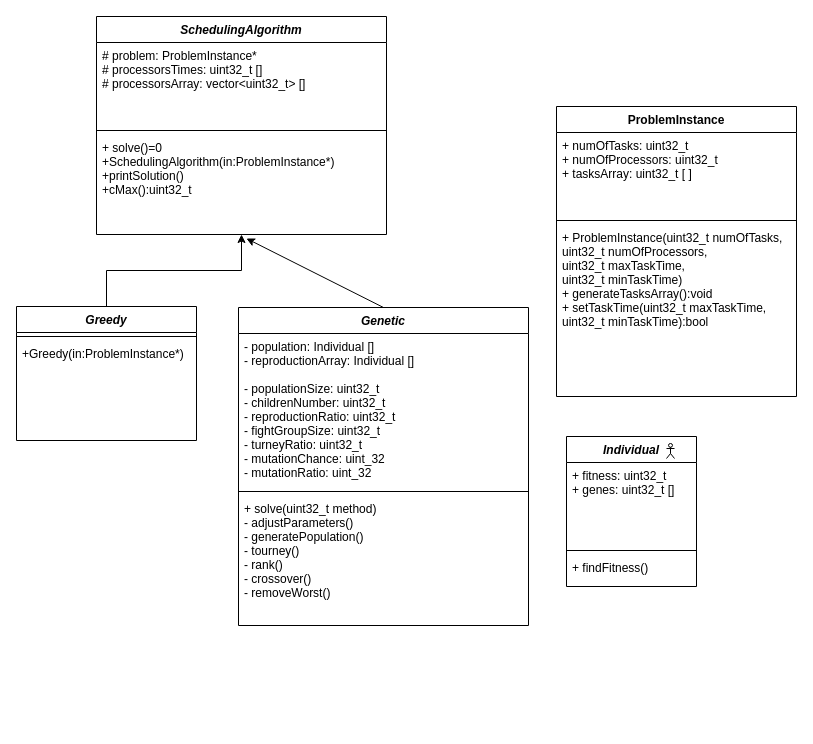
This is ClassDiagram.drawio from linek150/TasksSchedulingMetaheurystic, a draw.io file, before an edit. Source tidied: cells renumbered, new cells numbered last; positions are measured from the earlier drawing's top-left corner, leaving out a move shared by most shapes. Both pictures are drawn from the tidied source at 100%, with x=0, y=0 at pixel (16, 16).
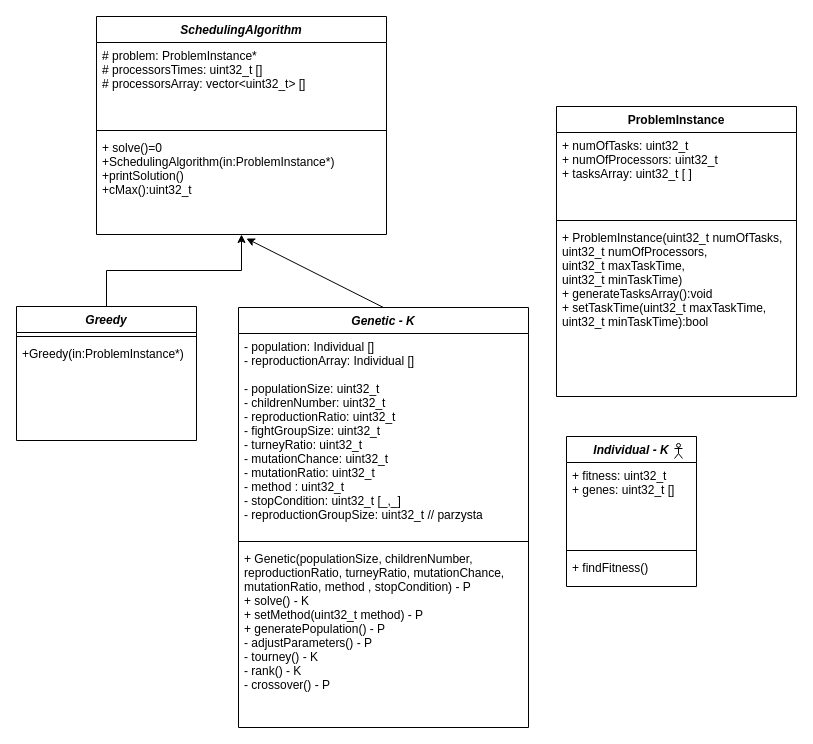
After the change.

What changed in the source:
```diff
@@
-    <mxCell id="14" value="Genetic" style="swimlane;fontStyle=3;align=center;verticalAlign=top;horizontal=1;startSize=26;" parent="1" vertex="1">
-      <mxGeometry x="222" y="291" width="290" height="318" as="geometry" />
+    <mxCell id="14" value="Genetic - K" style="swimlane;fontStyle=3;align=center;verticalAlign=top;horizontal=1;startSize=26;" parent="1" vertex="1">
+      <mxGeometry x="222" y="291" width="290" height="420" as="geometry" />
     </mxCell>
-    <mxCell id="15" value="- population: Individual []&#10;- reproductionArray: Individual []&#10;&#10;- populationSize: uint32_t&#10;- childrenNumber: uint32_t&#10;- reproductionRatio: uint32_t&#10;- fightGroupSize: uint32_t&#10;- turneyRatio: uint32_t&#10;- mutationChance: uint_32&#10;- mutationRatio: uint_32" style="text;strokeColor=none;fillColor=none;align=left;verticalAlign=top;spacingLeft=4;spacingRight=4;overflow=hidden;" parent="14" vertex="1">
-      <mxGeometry y="26" width="290" height="154" as="geometry" />
+    <mxCell id="15" value="- population: Individual []&#10;- reproductionArray: Individual [] &#10;&#10;- populationSize: uint32_t&#10;- childrenNumber: uint32_t&#10;- reproductionRatio: uint32_t&#10;- fightGroupSize: uint32_t        &#10;- turneyRatio: uint32_t&#10;- mutationChance: uint32_t&#10;- mutationRatio: uint32_t&#10;- method : uint32_t&#10;- stopCondition: uint32_t [_,_]&#10;- reproductionGroupSize: uint32_t // parzysta" style="text;strokeColor=none;fillColor=none;align=left;verticalAlign=top;spacingLeft=4;spacingRight=4;overflow=hidden;" parent="14" vertex="1">
+      <mxGeometry y="26" width="290" height="204" as="geometry" />
     </mxCell>
     <mxCell id="16" style="line;strokeWidth=1;fillColor=none;align=left;verticalAlign=middle;spacingTop=-1;spacingLeft=3;spacingRight=3;labelPosition=right;" parent="14" vertex="1">
-      <mxGeometry y="180" width="290" height="8" as="geometry" />
+      <mxGeometry y="230" width="290" height="8" as="geometry" />
     </mxCell>
-    <mxCell id="17" value="+ solve(uint32_t method)&#10;- adjustParameters()&#10;- generatePopulation()&#10;- tourney()&#10;- rank()&#10;- crossover()&#10;- removeWorst()" style="text;strokeColor=none;fillColor=none;align=left;verticalAlign=top;spacingLeft=4;spacingRight=4;overflow=hidden;fontStyle=0;" parent="14" vertex="1">
-      <mxGeometry y="188" width="290" height="130" as="geometry" />
+    <mxCell id="17" value="+ Genetic(populationSize, childrenNumber,&#10;reproductionRatio, turneyRatio, mutationChance,&#10;mutationRatio, method , stopCondition) - P&#10;+ solve() - K &#10;+ setMethod(uint32_t method) - P&#10;+ generatePopulation() - P&#10;- adjustParameters() - P&#10;- tourney() - K&#10;- rank() - K&#10;- crossover() - P" style="text;strokeColor=none;fillColor=none;align=left;verticalAlign=top;spacingLeft=4;spacingRight=4;overflow=hidden;fontStyle=0;" parent="14" vertex="1">
+      <mxGeometry y="238" width="290" height="182" as="geometry" />
     </mxCell>
@@
-    <mxCell id="19" value="Individual" style="swimlane;fontStyle=3;align=center;verticalAlign=top;horizontal=1;startSize=26;" parent="1" vertex="1">
+    <mxCell id="19" value="Individual - K" style="swimlane;fontStyle=3;align=center;verticalAlign=top;horizontal=1;startSize=26;" parent="1" vertex="1">
       <mxGeometry x="550" y="420" width="130" height="150" as="geometry" />
     </mxCell>
@@
     <mxCell id="23" style="shape=umlActor;verticalLabelPosition=bottom;verticalAlign=top;html=1;" parent="1" vertex="1">
-      <mxGeometry x="650" y="427" width="8" height="15" as="geometry" />
+      <mxGeometry x="658" y="427" width="8" height="15" as="geometry" />
     </mxCell>
```
